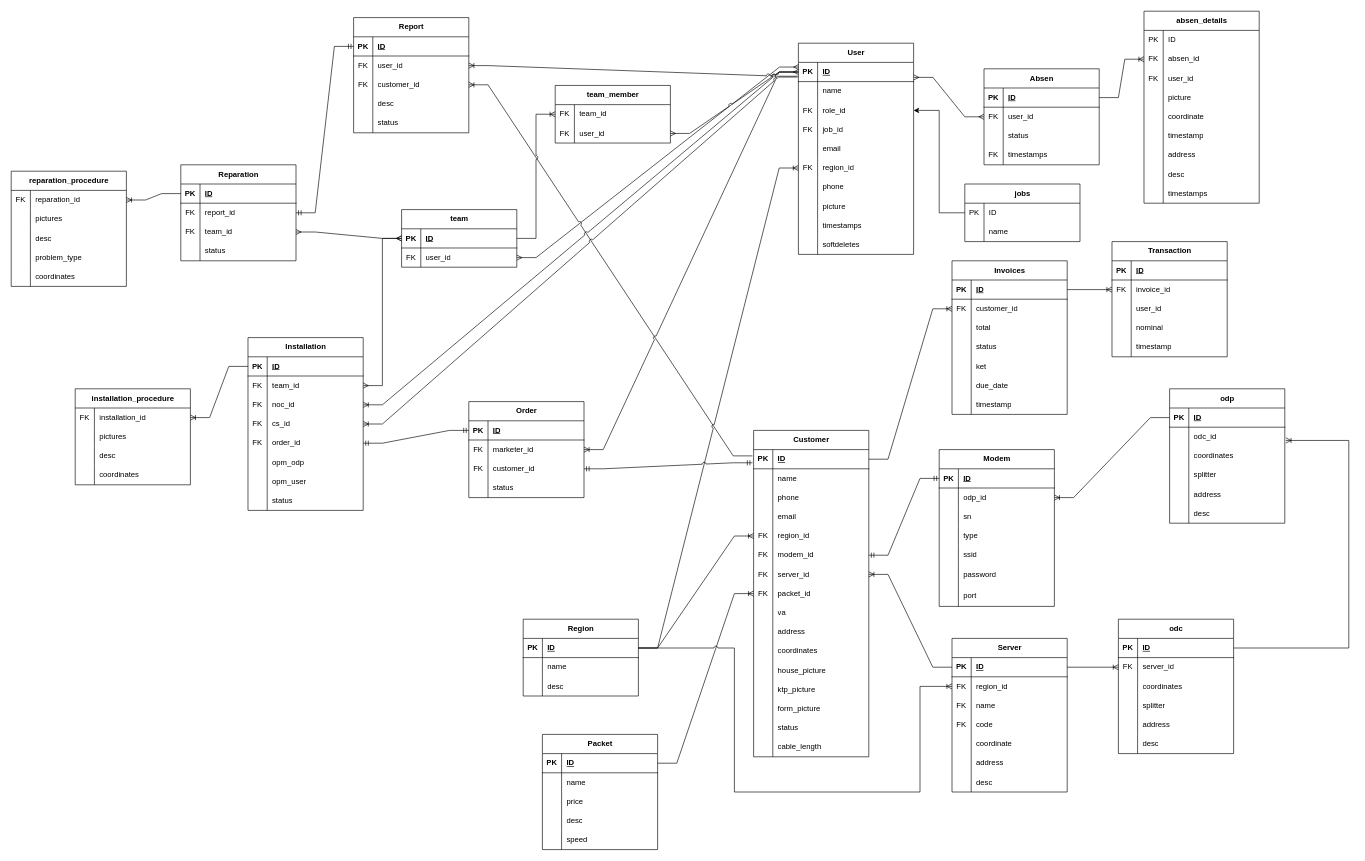
muhamadArdalepa/big-diagrams keeps this draw.io diagram as Untitled Diagram.drawio. Above is the earlier version. Source tidied: cells renumbered, new cells numbered last; positions are measured from the earlier drawing's top-left corner, leaving out a move shared by most shapes. Both pictures are drawn from the tidied source at 64%, with x=0, y=0 at pixel (11, -239).
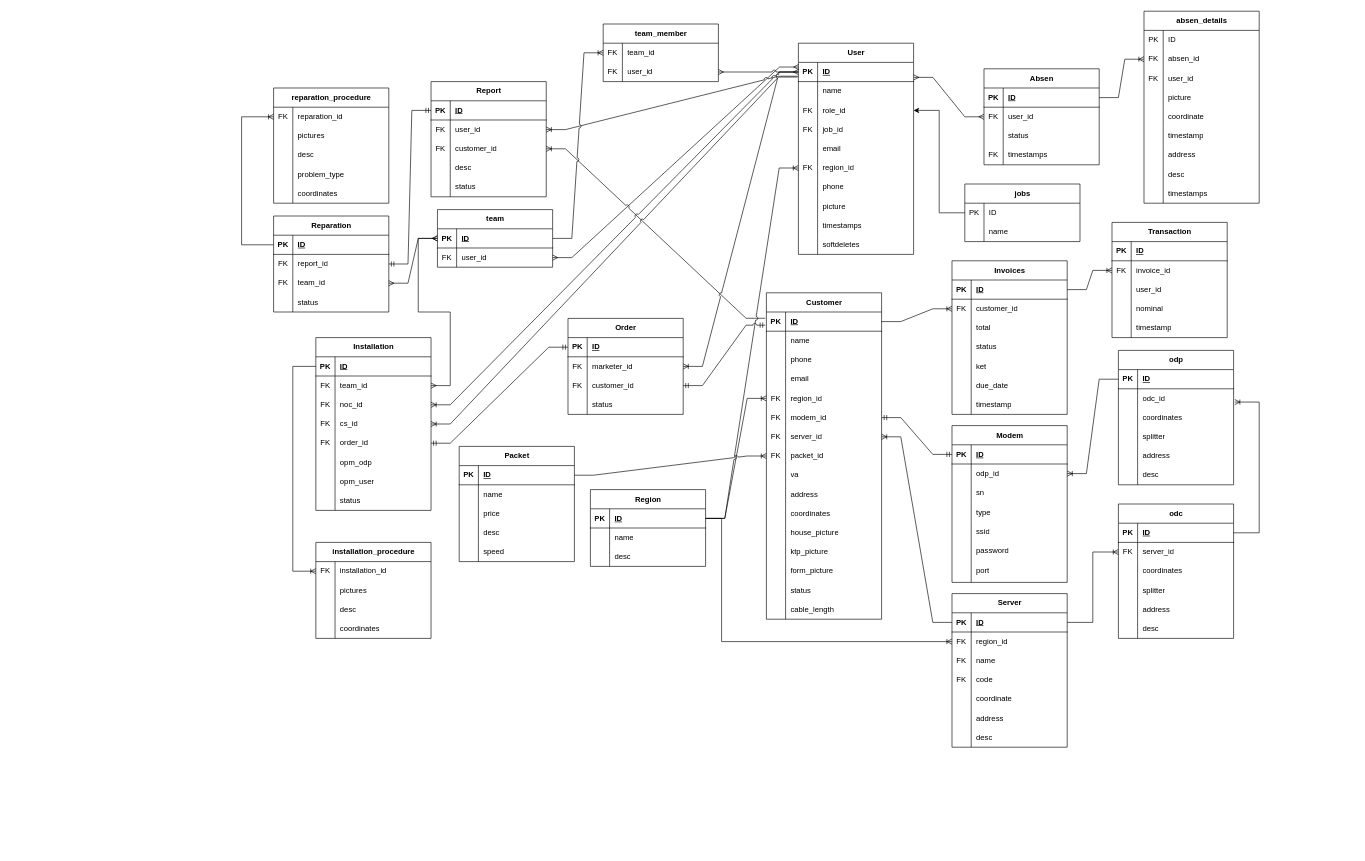
After the change.

The change refers to these unchanged cells:
```xml
<mxCell id="34" style="shape=tableRow;horizontal=0;startSize=0;swimlaneHead=0;swimlaneBody=0;fillColor=none;points=[[0,0.5],[1,0.5]];portConstraint=eastwest;top=0;left=0;right=0;bottom=1;" parent="33" vertex="1">
  <mxGeometry y="30" width="180" height="30" as="geometry" />
</mxCell>
<mxCell id="159" style="shape=tableRow;horizontal=0;startSize=0;swimlaneHead=0;swimlaneBody=0;fillColor=none;points=[[0,0.5],[1,0.5]];portConstraint=eastwest;top=0;left=0;right=0;bottom=0;" parent="155" vertex="1">
  <mxGeometry y="60" width="180" height="30" as="geometry" />
</mxCell>
<mxCell id="178" style="shape=tableRow;horizontal=0;startSize=0;swimlaneHead=0;swimlaneBody=0;fillColor=none;points=[[0,0.5],[1,0.5]];portConstraint=eastwest;top=0;left=0;right=0;bottom=0;" parent="174" vertex="1">
  <mxGeometry y="60" width="180" height="30" as="geometry" />
</mxCell>
<mxCell id="197" style="shape=tableRow;horizontal=0;startSize=0;swimlaneHead=0;swimlaneBody=0;fillColor=none;points=[[0,0.5],[1,0.5]];portConstraint=eastwest;top=0;left=0;right=0;bottom=1;" parent="196" vertex="1">
  <mxGeometry y="30" width="180" height="30" as="geometry" />
</mxCell>
<mxCell id="216" style="shape=tableRow;horizontal=0;startSize=0;swimlaneHead=0;swimlaneBody=0;fillColor=none;points=[[0,0.5],[1,0.5]];portConstraint=eastwest;top=0;left=0;right=0;bottom=1;" parent="215" vertex="1">
  <mxGeometry y="30" width="180" height="30" as="geometry" />
</mxCell>
<mxCell id="257" style="shape=tableRow;horizontal=0;startSize=0;swimlaneHead=0;swimlaneBody=0;fillColor=none;points=[[0,0.5],[1,0.5]];portConstraint=eastwest;top=0;left=0;right=0;bottom=0;" parent="256" vertex="1">
  <mxGeometry y="30" width="180" height="30" as="geometry" />
</mxCell>
<mxCell id="276" style="shape=tableRow;horizontal=0;startSize=0;swimlaneHead=0;swimlaneBody=0;fillColor=none;points=[[0,0.5],[1,0.5]];portConstraint=eastwest;top=0;left=0;right=0;bottom=1;" parent="275" vertex="1">
  <mxGeometry y="30" width="180" height="30" as="geometry" />
</mxCell>
<mxCell id="283" style="shape=tableRow;horizontal=0;startSize=0;swimlaneHead=0;swimlaneBody=0;fillColor=none;points=[[0,0.5],[1,0.5]];portConstraint=eastwest;top=0;left=0;right=0;bottom=0;" parent="282" vertex="1">
  <mxGeometry y="30" width="180" height="30" as="geometry" />
</mxCell>
<mxCell id="315" style="shape=tableRow;horizontal=0;startSize=0;swimlaneHead=0;swimlaneBody=0;fillColor=none;points=[[0,0.5],[1,0.5]];portConstraint=eastwest;top=0;left=0;right=0;bottom=1;" parent="314" vertex="1">
  <mxGeometry y="30" width="180" height="30" as="geometry" />
</mxCell>
<mxCell id="390" style="shape=tableRow;horizontal=0;startSize=0;swimlaneHead=0;swimlaneBody=0;fillColor=none;points=[[0,0.5],[1,0.5]];portConstraint=eastwest;top=0;left=0;right=0;bottom=0;" parent="389" vertex="1">
  <mxGeometry y="30" width="180" height="30" as="geometry" />
</mxCell>
```

What changed in the source:
```diff
@@
     <mxCell id="33" value="Region" style="shape=table;startSize=30;childLayout=tableLayout;rowLines=0;fontStyle=1;align=center;html=1;" parent="1" vertex="1">
-      <mxGeometry x="800" y="1340" width="180" height="120" as="geometry" />
+      <mxGeometry x="905" y="1137.5" width="180" height="120" as="geometry" />
     </mxCell>
@@
     <mxCell id="84" value="Customer" style="shape=table;startSize=30;childLayout=tableLayout;rowLines=0;fontStyle=1;align=center;html=1;" parent="1" vertex="1">
-      <mxGeometry x="1160" y="1045" width="180" height="510" as="geometry" />
+      <mxGeometry x="1180" y="830" width="180" height="510" as="geometry" />
     </mxCell>
@@
     <mxCell id="133" value="Modem" style="shape=table;startSize=30;childLayout=tableLayout;rowLines=0;fontStyle=1;align=center;html=1;" parent="1" vertex="1">
-      <mxGeometry x="1450" y="1075" width="180" height="245" as="geometry" />
+      <mxGeometry x="1470" y="1037.5" width="180" height="245" as="geometry" />
     </mxCell>
@@
     <mxCell id="155" value="odp" style="shape=table;startSize=30;childLayout=tableLayout;rowLines=0;fontStyle=1;align=center;html=1;" parent="1" vertex="1">
-      <mxGeometry x="1810" y="980" width="180" height="210" as="geometry" />
+      <mxGeometry x="1730" y="920" width="180" height="210" as="geometry" />
     </mxCell>
@@
     <mxCell id="174" value="Server" style="shape=table;startSize=30;childLayout=tableLayout;rowLines=0;fontStyle=1;align=center;html=1;" parent="1" vertex="1">
-      <mxGeometry x="1470" y="1370" width="180" height="240" as="geometry" />
+      <mxGeometry x="1470" y="1300" width="180" height="240" as="geometry" />
     </mxCell>
@@
     <mxCell id="196" value="odc" style="shape=table;startSize=30;childLayout=tableLayout;rowLines=0;fontStyle=1;align=center;html=1;" parent="1" vertex="1">
-      <mxGeometry x="1730" y="1340" width="180" height="210" as="geometry" />
+      <mxGeometry x="1730" y="1160" width="180" height="210" as="geometry" />
     </mxCell>
@@
     <mxCell id="215" value="Installation" style="shape=table;startSize=30;childLayout=tableLayout;rowLines=0;fontStyle=1;align=center;html=1;" parent="1" vertex="1">
-      <mxGeometry x="370" y="900" width="180" height="270" as="geometry" />
+      <mxGeometry x="476" y="900" width="180" height="270" as="geometry" />
     </mxCell>
@@
     <mxCell id="240" value="Packet" style="shape=table;startSize=30;childLayout=tableLayout;rowLines=0;fontStyle=1;align=center;html=1;" parent="1" vertex="1">
-      <mxGeometry x="830" y="1520" width="180" height="180" as="geometry" />
+      <mxGeometry x="700" y="1070" width="180" height="180" as="geometry" />
     </mxCell>
@@
     <mxCell id="256" value="reparation_procedure" style="shape=table;startSize=30;childLayout=tableLayout;rowLines=0;fontStyle=1;align=center;html=1;" parent="1" vertex="1">
-      <mxGeometry y="640" width="180" height="180" as="geometry" />
+      <mxGeometry x="410" y="510" width="180" height="180" as="geometry" />
     </mxCell>
@@
     <mxCell id="275" value="team" style="shape=table;startSize=30;childLayout=tableLayout;rowLines=0;fontStyle=1;align=center;html=1;" parent="1" vertex="1">
-      <mxGeometry x="610" y="700" width="180" height="90" as="geometry" />
+      <mxGeometry x="666" y="700" width="180" height="90" as="geometry" />
     </mxCell>
@@
     <mxCell id="282" value="team_member" style="shape=table;startSize=30;childLayout=tableLayout;rowLines=0;fontStyle=1;align=center;html=1;" parent="1" vertex="1">
-      <mxGeometry x="850" y="506" width="180" height="90" as="geometry" />
+      <mxGeometry x="925" y="410" width="180" height="90" as="geometry" />
     </mxCell>
@@
     <mxCell id="295" value="Report" style="shape=table;startSize=30;childLayout=tableLayout;rowLines=0;fontStyle=1;align=center;html=1;" parent="1" vertex="1">
-      <mxGeometry x="535" y="400" width="180" height="180" as="geometry" />
+      <mxGeometry x="656" y="500" width="180" height="180" as="geometry" />
     </mxCell>
@@
     <mxCell id="314" value="Reparation" style="shape=table;startSize=30;childLayout=tableLayout;rowLines=0;fontStyle=1;align=center;html=1;" parent="1" vertex="1">
-      <mxGeometry x="265" y="630" width="180" height="150" as="geometry" />
+      <mxGeometry x="410" y="710" width="180" height="150" as="geometry" />
     </mxCell>
@@
-    <mxCell id="327" style="edgeStyle=entityRelationEdgeStyle;fontSize=12;html=1;endArrow=ERoneToMany;rounded=0;labelBackgroundColor=default;strokeColor=default;align=center;verticalAlign=middle;fontFamily=Helvetica;fontColor=default;shape=connector;jumpStyle=arc;exitX=0;exitY=0.5;exitDx=0;exitDy=0;entryX=1;entryY=0.5;entryDx=0;entryDy=0;" parent="1" edge="1" source="315" target="257">
-      <mxGeometry relative="1" as="geometry" />
+    <mxCell id="327" style="edgeStyle=elbowEdgeStyle;fontSize=12;html=1;endArrow=ERoneToMany;rounded=0;labelBackgroundColor=default;strokeColor=default;align=center;verticalAlign=middle;fontFamily=Helvetica;fontColor=default;shape=connector;jumpStyle=arc;exitX=0;exitY=0.5;exitDx=0;exitDy=0;entryX=0;entryY=0.5;entryDx=0;entryDy=0;elbow=vertical;" parent="1" edge="1" source="315" target="257">
+      <mxGeometry relative="1" as="geometry">
+        <Array as="points">
+          <mxPoint x="360" y="650" />
+        </Array>
+      </mxGeometry>
     </mxCell>
-    <mxCell id="328" style="edgeStyle=entityRelationEdgeStyle;fontSize=12;html=1;endArrow=ERoneToMany;rounded=0;labelBackgroundColor=default;strokeColor=default;align=center;verticalAlign=middle;fontFamily=Helvetica;fontColor=default;shape=connector;jumpStyle=arc;exitX=0;exitY=0.5;exitDx=0;exitDy=0;entryX=1;entryY=0.5;entryDx=0;entryDy=0;" parent="1" edge="1" source="216" target="390">
-      <mxGeometry relative="1" as="geometry" />
+    <mxCell id="328" style="edgeStyle=elbowEdgeStyle;fontSize=12;html=1;endArrow=ERoneToMany;rounded=0;labelBackgroundColor=default;strokeColor=default;align=center;verticalAlign=middle;fontFamily=Helvetica;fontColor=default;shape=connector;jumpStyle=arc;exitX=0;exitY=0.5;exitDx=0;exitDy=0;entryX=0;entryY=0.5;entryDx=0;entryDy=0;elbow=vertical;" parent="1" edge="1" source="216" target="390">
+      <mxGeometry relative="1" as="geometry">
+        <Array as="points">
+          <mxPoint x="440" y="1110" />
+        </Array>
+      </mxGeometry>
     </mxCell>
     <mxCell id="329" value="Order" style="shape=table;startSize=30;childLayout=tableLayout;rowLines=0;fontStyle=1;align=center;html=1;" parent="1" vertex="1">
-      <mxGeometry x="715" y="1000" width="180" height="150" as="geometry" />
+      <mxGeometry x="870" y="870" width="180" height="150" as="geometry" />
     </mxCell>
@@
     <mxCell id="364" value="Transaction" style="shape=table;startSize=30;childLayout=tableLayout;rowLines=0;fontStyle=1;align=center;html=1;" parent="1" vertex="1">
-      <mxGeometry x="1720" y="750" width="180" height="180" as="geometry" />
+      <mxGeometry x="1720" y="720" width="180" height="180" as="geometry" />
     </mxCell>
@@
     <mxCell id="387" style="edgeStyle=orthogonalEdgeStyle;rounded=0;jettySize=auto;html=1;entryX=1.01;entryY=0.691;entryDx=0;entryDy=0;entryPerimeter=0;endArrow=ERoneToMany;endFill=0;" parent="1" edge="1" source="197" target="159">
       <mxGeometry relative="1" as="geometry">
         <Array as="points">
-          <mxPoint x="2090" y="1385" />
-          <mxPoint x="2090" y="1061" />
+          <mxPoint x="1950" y="1205" />
+          <mxPoint x="1950" y="1000" />
+          <mxPoint x="1912" y="1000" />
         </Array>
       </mxGeometry>
     </mxCell>
     <mxCell id="388" style="rounded=0;jettySize=auto;html=1;endArrow=ERoneToMany;endFill=0;jumpStyle=arc;edgeStyle=orthogonalEdgeStyle;exitX=1;exitY=0.5;exitDx=0;exitDy=0;entryX=0;entryY=0.5;entryDx=0;entryDy=0;elbow=vertical;" parent="1" edge="1" source="34" target="178">
       <mxGeometry relative="1" as="geometry">
         <Array as="points">
-          <mxPoint x="1130" y="1385" />
-          <mxPoint x="1130" y="1610" />
-          <mxPoint x="1420" y="1610" />
-          <mxPoint x="1420" y="1445" />
+          <mxPoint x="1110" y="1183" />
+          <mxPoint x="1110" y="1375" />
         </Array>
       </mxGeometry>
     </mxCell>
     <mxCell id="389" value="installation_procedure" style="shape=table;startSize=30;childLayout=tableLayout;rowLines=0;fontStyle=1;align=center;html=1;" parent="1" vertex="1">
-      <mxGeometry x="100" y="980" width="180" height="150" as="geometry" />
+      <mxGeometry x="476" y="1220" width="180" height="150" as="geometry" />
     </mxCell>
@@
     <mxCell id="413" style="edgeStyle=entityRelationEdgeStyle;fontSize=12;html=1;endArrow=ERoneToMany;rounded=0;labelBackgroundColor=default;strokeColor=default;align=center;verticalAlign=middle;fontFamily=Helvetica;fontColor=default;shape=connector;jumpStyle=arc;entryX=0;entryY=0.5;entryDx=0;entryDy=0;exitX=1;exitY=0.5;exitDx=0;exitDy=0;" parent="1" edge="1" source="276" target="283">
       <mxGeometry relative="1" as="geometry">
         <Array as="points">
-          <mxPoint x="780" y="10" />
-          <mxPoint x="720" />
-          <mxPoint x="740" />
-          <mxPoint x="770" y="140" />
+          <mxPoint x="886" y="10" />
+          <mxPoint x="826" />
+          <mxPoint x="846" />
+          <mxPoint x="876" y="140" />
         </Array>
       </mxGeometry>
     </mxCell>
```
